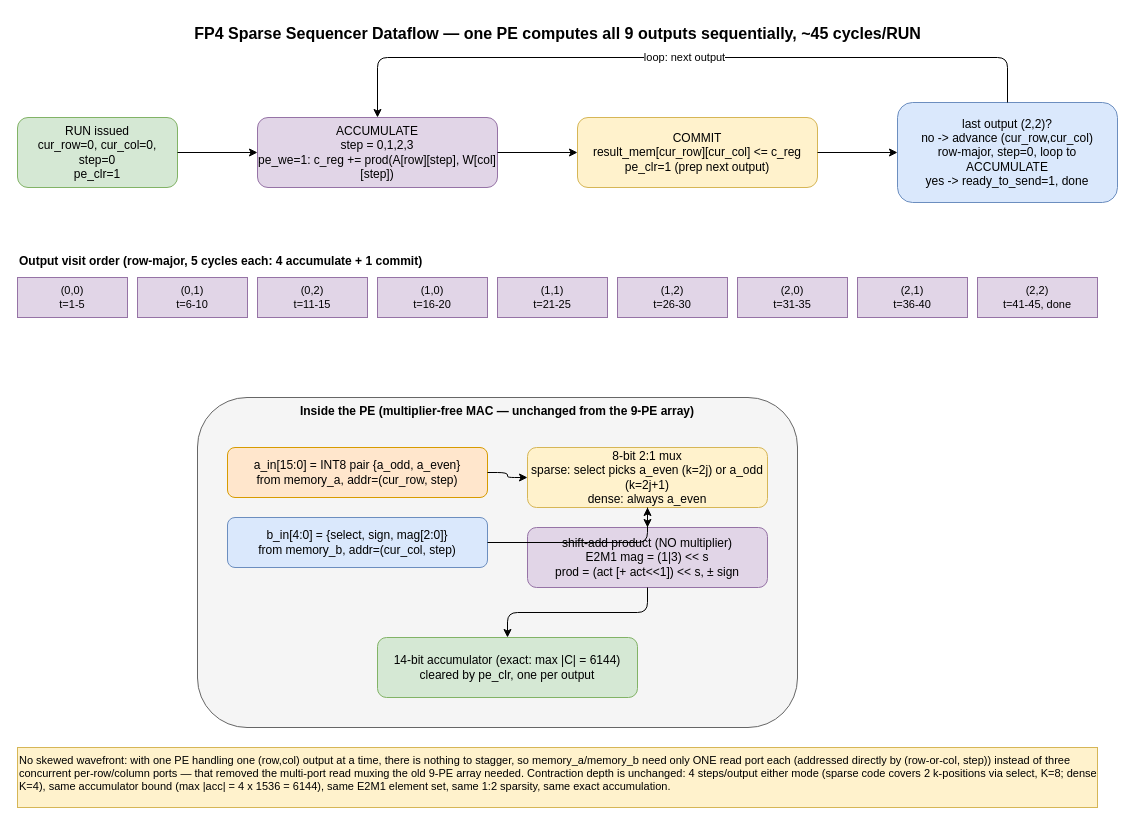
Earlier version of the draw.io diagram docs/Dataflow.drawio (kashif/kashif-fp4-sparse-tpu). Source tidied: cells renumbered, new cells numbered last; positions are measured from the earlier drawing's top-left corner, leaving out a move shared by most shapes. Both pictures are drawn from the tidied source at 100%, with x=0, y=0 at pixel (17, 17).
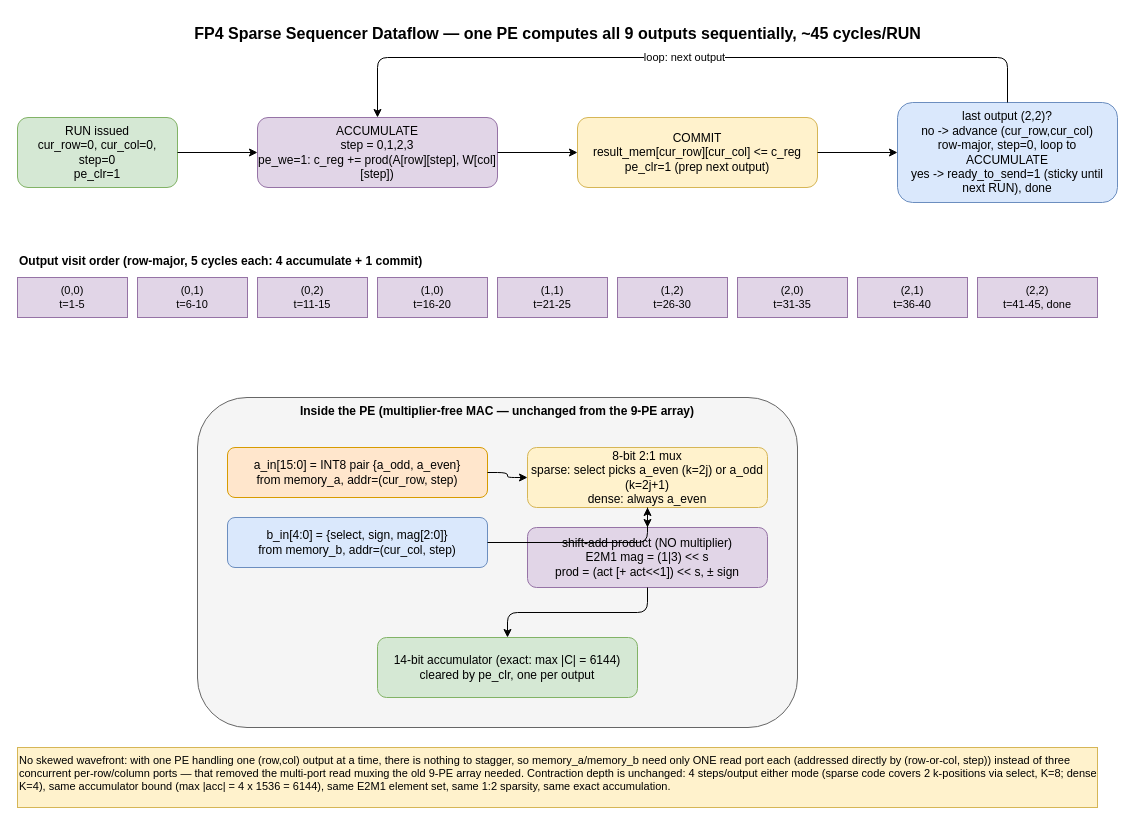
The same diagram, later.

The edit, as a diff of the source:
```diff
@@
-    <mxCell id="6" value="last output (2,2)?&#10;no -&gt; advance (cur_row,cur_col)&#10;row-major, step=0, loop to ACCUMULATE&#10;yes -&gt; ready_to_send=1, done" style="rounded=1;whiteSpace=wrap;html=1;fillColor=#dae8fc;strokeColor=#6c8ebf;" parent="1" vertex="1">
+    <mxCell id="6" value="last output (2,2)?&#10;no -&gt; advance (cur_row,cur_col)&#10;row-major, step=0, loop to ACCUMULATE&#10;yes -&gt; ready_to_send=1 (sticky until next RUN), done" style="rounded=1;whiteSpace=wrap;html=1;fillColor=#dae8fc;strokeColor=#6c8ebf;" parent="1" vertex="1">
       <mxGeometry x="880" y="85" width="220" height="100" as="geometry" />
     </mxCell>
```
